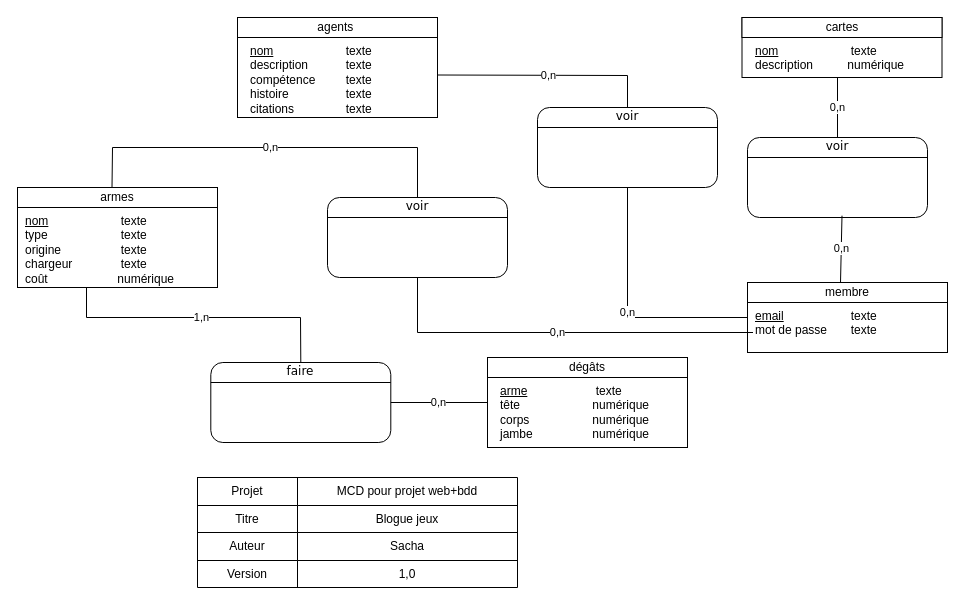
Before: docs/MCDProjetWEB.drawio in CPNV-PROJWEB-BDD/GamingBlog, a draw.io diagram. Source tidied: cells renumbered, new cells numbered last; positions are measured from the earlier drawing's top-left corner, leaving out a move shared by most shapes. Both pictures are drawn from the tidied source at 100%, with x=0, y=0 at pixel (17, 17).
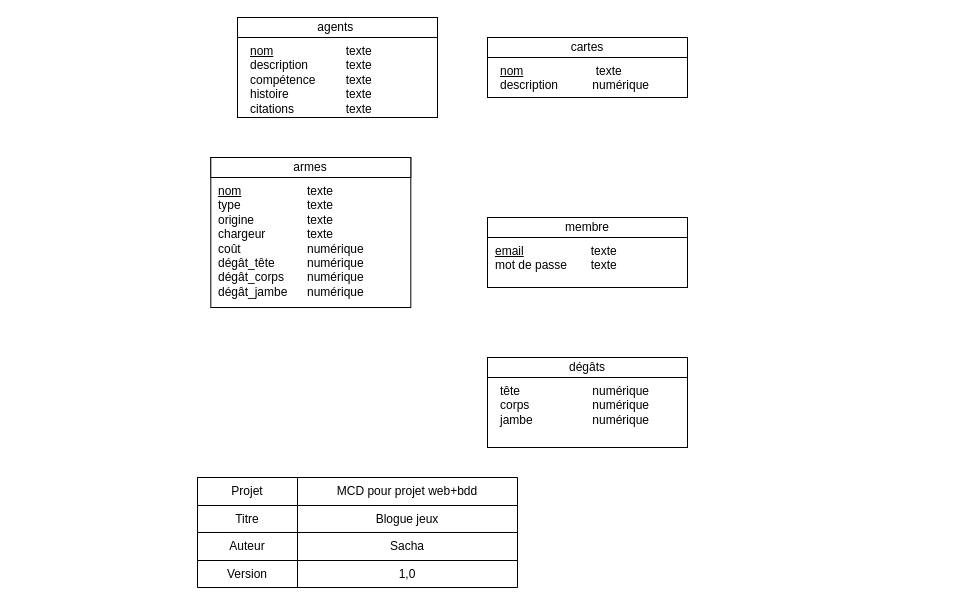
The same diagram, later.

Commit message (it also covers changes not shown here):
MCD, usecase

Unchanged cells that the change refers to:
```xml
<mxCell id="18" value="&lt;span style=&quot;white-space: pre&quot;&gt; &lt;span style=&quot;white-space: pre&quot;&gt; &lt;/span&gt;&lt;/span&gt;texte&lt;br&gt;&lt;span style=&quot;white-space: pre&quot;&gt; &lt;span style=&quot;white-space: pre;&quot;&gt; &lt;/span&gt;&lt;/span&gt;texte&lt;br&gt;&lt;span style=&quot;white-space: pre&quot;&gt; &lt;span style=&quot;white-space: pre;&quot;&gt; &lt;/span&gt;&lt;/span&gt;texte&amp;nbsp;&lt;span style=&quot;white-space: pre&quot;&gt; &lt;/span&gt;&lt;br&gt;&lt;span style=&quot;white-space: pre&quot;&gt; &lt;/span&gt;&lt;span style=&quot;white-space: pre&quot;&gt; &lt;/span&gt;texte&lt;br&gt;&lt;span style=&quot;white-space: pre;&quot;&gt; &lt;/span&gt;&lt;span style=&quot;white-space: pre;&quot;&gt; &lt;/span&gt;texte&amp;nbsp;" style="text;html=1;strokeColor=none;fillColor=none;align=left;verticalAlign=top;whiteSpace=wrap;rounded=0;" parent="1" vertex="1">
  <mxGeometry x="320" y="20" width="100" height="50" as="geometry" />
</mxCell>
<mxCell id="31" value="&lt;div style=&quot;box-sizing: border-box ; width: 100% ; padding: 2px&quot;&gt;&lt;br&gt;&lt;/div&gt;" style="verticalAlign=top;align=center;overflow=fill;html=1;rounded=0;shadow=0;comic=0;labelBackgroundColor=none;strokeColor=#000000;strokeWidth=1;fillColor=#ffffff;fontFamily=Verdana;fontSize=12;fontColor=#000000;" parent="1" vertex="1">
  <mxGeometry x="470" y="340" width="200" height="90" as="geometry" />
</mxCell>
```

What changed in the source:
```diff
@@
     <mxCell id="19" value="&lt;div style=&quot;box-sizing: border-box ; width: 100% ; padding: 2px&quot;&gt;&lt;br&gt;&lt;/div&gt;" style="verticalAlign=top;align=center;overflow=fill;html=1;rounded=0;shadow=0;comic=0;labelBackgroundColor=none;strokeColor=#000000;strokeWidth=1;fillColor=#ffffff;fontFamily=Verdana;fontSize=12;fontColor=#000000;" parent="1" vertex="1">
-      <mxGeometry x="724.5" width="200" height="60" as="geometry" />
+      <mxGeometry x="470" y="20" width="200" height="60" as="geometry" />
     </mxCell>
     <mxCell id="20" value="cartes" style="rounded=0;whiteSpace=wrap;html=1;" parent="1" vertex="1">
-      <mxGeometry x="724.5" width="200" height="20" as="geometry" />
+      <mxGeometry x="470" y="20" width="200" height="20" as="geometry" />
     </mxCell>
     <mxCell id="21" value="&lt;u&gt;nom&lt;/u&gt;&lt;br&gt;description" style="text;html=1;strokeColor=none;fillColor=none;align=left;verticalAlign=top;whiteSpace=wrap;rounded=0;" parent="1" vertex="1">
-      <mxGeometry x="735.5" y="20" width="90" height="60" as="geometry" />
+      <mxGeometry x="481" y="40" width="90" height="60" as="geometry" />
     </mxCell>
     <mxCell id="22" value="&lt;span style=&quot;white-space: pre&quot;&gt; &lt;span style=&quot;white-space: pre&quot;&gt; &lt;/span&gt;&lt;/span&gt;texte&lt;br&gt;&lt;span style=&quot;white-space: pre&quot;&gt; &lt;/span&gt;numérique&lt;br&gt;&lt;span style=&quot;white-space: pre&quot;&gt; &lt;/span&gt;&lt;span style=&quot;white-space: pre&quot;&gt; &lt;/span&gt;&lt;br&gt;&lt;span style=&quot;white-space: pre&quot;&gt; &lt;/span&gt;&lt;span style=&quot;white-space: pre&quot;&gt; &lt;/span&gt;" style="text;html=1;strokeColor=none;fillColor=none;align=left;verticalAlign=top;whiteSpace=wrap;rounded=0;" parent="1" vertex="1">
-      <mxGeometry x="824.5" y="20" width="100" height="50" as="geometry" />
+      <mxGeometry x="570" y="40" width="100" height="50" as="geometry" />
     </mxCell>
     <mxCell id="23" value="&lt;div style=&quot;box-sizing: border-box ; width: 100% ; padding: 2px&quot;&gt;&lt;br&gt;&lt;/div&gt;" style="verticalAlign=top;align=center;overflow=fill;html=1;rounded=0;shadow=0;comic=0;labelBackgroundColor=none;strokeColor=#000000;strokeWidth=1;fillColor=#ffffff;fontFamily=Verdana;fontSize=12;fontColor=#000000;" parent="1" vertex="1">
-      <mxGeometry y="170" width="200" height="100" as="geometry" />
+      <mxGeometry x="193.3" y="140" width="200" height="150" as="geometry" />
     </mxCell>
     <mxCell id="24" value="armes" style="rounded=0;whiteSpace=wrap;html=1;" parent="1" vertex="1">
-      <mxGeometry y="170" width="200" height="20" as="geometry" />
+      <mxGeometry x="193.3" y="140" width="200" height="20" as="geometry" />
     </mxCell>
-    <mxCell id="25" value="&lt;u&gt;nom&lt;/u&gt;&lt;br&gt;type&lt;br&gt;origine&amp;nbsp;&lt;br&gt;chargeur&lt;br&gt;coût" style="text;html=1;strokeColor=none;fillColor=none;align=left;verticalAlign=top;whiteSpace=wrap;rounded=0;" parent="1" vertex="1">
-      <mxGeometry x="5.5" y="190" width="90" height="60" as="geometry" />
+    <mxCell id="25" value="&lt;u&gt;nom&lt;/u&gt;&lt;br&gt;type&lt;br&gt;origine&amp;nbsp;&lt;br&gt;chargeur&lt;br&gt;coût&lt;br&gt;dégât_tête&lt;br style=&quot;border-color: var(--border-color);&quot;&gt;dégât_corps&lt;br style=&quot;border-color: var(--border-color);&quot;&gt;dégât_jambe" style="text;html=1;strokeColor=none;fillColor=none;align=left;verticalAlign=top;whiteSpace=wrap;rounded=0;" parent="1" vertex="1">
+      <mxGeometry x="198.8" y="160" width="90" height="60" as="geometry" />
     </mxCell>
-    <mxCell id="26" value="&lt;span style=&quot;white-space: pre&quot;&gt; &lt;span style=&quot;white-space: pre&quot;&gt; &lt;/span&gt;&lt;/span&gt;texte&lt;br&gt;&lt;span style=&quot;white-space: pre&quot;&gt; &lt;span style=&quot;white-space: pre;&quot;&gt; &lt;/span&gt;&lt;/span&gt;texte&lt;br&gt;&lt;span style=&quot;white-space: pre&quot;&gt; &lt;span style=&quot;white-space: pre;&quot;&gt; &lt;/span&gt;&lt;/span&gt;texte&lt;br&gt;&lt;span style=&quot;white-space: pre&quot;&gt; &lt;/span&gt;&lt;span style=&quot;white-space: pre&quot;&gt; &lt;/span&gt;texte&lt;br&gt;&lt;span style=&quot;white-space: pre;&quot;&gt; &lt;/span&gt;numérique" style="text;html=1;strokeColor=none;fillColor=none;align=left;verticalAlign=top;whiteSpace=wrap;rounded=0;" parent="1" vertex="1">
-      <mxGeometry x="94.5" y="190" width="100" height="50" as="geometry" />
+    <mxCell id="26" value="&lt;span style=&quot;&quot;&gt; &lt;span style=&quot;&quot;&gt; &lt;/span&gt;&lt;/span&gt;texte&lt;br&gt;&lt;span style=&quot;&quot;&gt; &lt;span style=&quot;&quot;&gt; &lt;/span&gt;&lt;/span&gt;texte&lt;br&gt;&lt;span style=&quot;&quot;&gt; &lt;span style=&quot;&quot;&gt; &lt;/span&gt;&lt;/span&gt;texte&lt;br&gt;&lt;span style=&quot;&quot;&gt; &lt;/span&gt;&lt;span style=&quot;&quot;&gt; &lt;/span&gt;texte&lt;br&gt;&lt;span style=&quot;&quot;&gt; &lt;/span&gt;numérique&lt;br&gt; numérique&lt;br style=&quot;border-color: var(--border-color);&quot;&gt;&lt;span style=&quot;border-color: var(--border-color);&quot;&gt; &lt;/span&gt;numérique&amp;nbsp;&lt;br style=&quot;border-color: var(--border-color);&quot;&gt;&lt;span style=&quot;border-color: var(--border-color);&quot;&gt; &lt;/span&gt;numérique&amp;nbsp;" style="text;html=1;strokeColor=none;fillColor=none;align=left;verticalAlign=top;whiteSpace=wrap;rounded=0;" parent="1" vertex="1">
+      <mxGeometry x="287.9" y="160" width="100" height="50" as="geometry" />
     </mxCell>
     <mxCell id="27" value="&lt;div style=&quot;box-sizing: border-box ; width: 100% ; padding: 2px&quot;&gt;&lt;br&gt;&lt;/div&gt;" style="verticalAlign=top;align=center;overflow=fill;html=1;rounded=0;shadow=0;comic=0;labelBackgroundColor=none;strokeColor=#000000;strokeWidth=1;fillColor=#ffffff;fontFamily=Verdana;fontSize=12;fontColor=#000000;" parent="1" vertex="1">
-      <mxGeometry x="730" y="265" width="200" height="70" as="geometry" />
+      <mxGeometry x="470" y="200" width="200" height="70" as="geometry" />
     </mxCell>
     <mxCell id="28" value="&lt;u&gt;email&lt;/u&gt;&lt;br&gt;mot de passe" style="text;html=1;strokeColor=none;fillColor=none;align=left;verticalAlign=top;whiteSpace=wrap;rounded=0;" parent="1" vertex="1">
-      <mxGeometry x="735.5" y="285" width="90" height="60" as="geometry" />
+      <mxGeometry x="475.5" y="220" width="90" height="60" as="geometry" />
     </mxCell>
     <mxCell id="29" value="&lt;span style=&quot;white-space: pre&quot;&gt; &lt;span style=&quot;white-space: pre&quot;&gt; &lt;/span&gt;&lt;/span&gt;texte&lt;br&gt;&lt;span style=&quot;white-space: pre&quot;&gt; &lt;span style=&quot;white-space: pre;&quot;&gt; &lt;/span&gt;t&lt;/span&gt;exte&lt;br&gt;&lt;span style=&quot;white-space: pre&quot;&gt; &lt;/span&gt;&lt;span style=&quot;white-space: pre&quot;&gt; &lt;/span&gt;&lt;br&gt;&lt;span style=&quot;white-space: pre&quot;&gt; &lt;/span&gt;&lt;span style=&quot;white-space: pre&quot;&gt; &lt;/span&gt;" style="text;html=1;strokeColor=none;fillColor=none;align=left;verticalAlign=top;whiteSpace=wrap;rounded=0;" parent="1" vertex="1">
-      <mxGeometry x="824.5" y="285" width="100" height="50" as="geometry" />
+      <mxGeometry x="564.5" y="220" width="100" height="50" as="geometry" />
     </mxCell>
     <mxCell id="30" value="membre" style="rounded=0;whiteSpace=wrap;html=1;" parent="1" vertex="1">
-      <mxGeometry x="730" y="265" width="200" height="20" as="geometry" />
+      <mxGeometry x="470" y="200" width="200" height="20" as="geometry" />
     </mxCell>
@@
-    <mxCell id="33" value="&lt;u&gt;arme&lt;br&gt;&lt;/u&gt;tête&lt;br&gt;corps&lt;br&gt;jambe&lt;br&gt;" style="text;html=1;strokeColor=none;fillColor=none;align=left;verticalAlign=top;whiteSpace=wrap;rounded=0;" parent="1" vertex="1">
+    <mxCell id="33" value="tête&lt;br&gt;corps&lt;br&gt;jambe" style="text;html=1;strokeColor=none;fillColor=none;align=left;verticalAlign=top;whiteSpace=wrap;rounded=0;" parent="1" vertex="1">
       <mxGeometry x="481" y="360" width="90" height="60" as="geometry" />
     </mxCell>
-    <mxCell id="34" value="&lt;span style=&quot;white-space: pre&quot;&gt; &lt;span style=&quot;white-space: pre&quot;&gt; &lt;/span&gt;&lt;/span&gt;texte&lt;br&gt;&lt;span style=&quot;white-space: pre&quot;&gt; &lt;/span&gt;numérique&lt;br&gt;&lt;span style=&quot;white-space: pre&quot;&gt; &lt;/span&gt;numérique&amp;nbsp;&lt;br&gt;&lt;span style=&quot;white-space: pre&quot;&gt; &lt;/span&gt;numérique&amp;nbsp;" style="text;html=1;strokeColor=none;fillColor=none;align=left;verticalAlign=top;whiteSpace=wrap;rounded=0;" parent="1" vertex="1">
+    <mxCell id="34" value="&lt;span style=&quot;white-space: pre&quot;&gt; &lt;/span&gt;numérique&lt;br&gt;&lt;span style=&quot;white-space: pre&quot;&gt; &lt;/span&gt;numérique&amp;nbsp;&lt;br&gt;&lt;span style=&quot;white-space: pre&quot;&gt; &lt;/span&gt;numérique&amp;nbsp;" style="text;html=1;strokeColor=none;fillColor=none;align=left;verticalAlign=top;whiteSpace=wrap;rounded=0;" parent="1" vertex="1">
       <mxGeometry x="570" y="360" width="100" height="50" as="geometry" />
     </mxCell>
-    <mxCell id="35" value="&lt;div style=&quot;box-sizing: border-box ; width: 100% ; padding: 2px&quot;&gt;faire&lt;/div&gt;" style="verticalAlign=top;align=center;overflow=fill;html=1;rounded=1;shadow=0;comic=0;labelBackgroundColor=none;strokeColor=#000000;strokeWidth=1;fillColor=#ffffff;fontFamily=Verdana;fontSize=12;fontColor=#000000;" parent="1" vertex="1">
-      <mxGeometry x="193.3" y="345" width="180" height="80" as="geometry" />
-    </mxCell>
-    <mxCell id="36" style="endArrow=none;html=1;entryX=1;entryY=0.25;entryDx=0;entryDy=0;exitX=0;exitY=0.25;exitDx=0;exitDy=0;" parent="1" edge="1" source="35" target="35">
-      <mxGeometry relative="1" as="geometry" />
-    </mxCell>
-    <mxCell id="37" value="1,n" style="endArrow=none;html=1;rounded=0;exitX=0.5;exitY=0;exitDx=0;exitDy=0;entryX=0.345;entryY=1.002;entryDx=0;entryDy=0;entryPerimeter=0;" parent="1" edge="1" source="35" target="23">
-      <mxGeometry relative="1" as="geometry">
-        <Array as="points">
-          <mxPoint x="283" y="300" />
-          <mxPoint x="69" y="300" />
-        </Array>
-      </mxGeometry>
-    </mxCell>
-    <mxCell id="38" value="0,n" style="endArrow=none;html=1;rounded=0;entryX=0;entryY=0.5;entryDx=0;entryDy=0;exitX=1;exitY=0.5;exitDx=0;exitDy=0;" parent="1" edge="1" source="35" target="31">
-      <mxGeometry relative="1" as="geometry" />
-    </mxCell>
-    <mxCell id="39" value="&lt;div style=&quot;box-sizing: border-box ; width: 100% ; padding: 2px&quot;&gt;voir&lt;/div&gt;" style="verticalAlign=top;align=center;overflow=fill;html=1;rounded=1;shadow=0;comic=0;labelBackgroundColor=none;strokeColor=#000000;strokeWidth=1;fillColor=#ffffff;fontFamily=Verdana;fontSize=12;fontColor=#000000;" parent="1" vertex="1">
-      <mxGeometry x="730" y="120" width="180" height="80" as="geometry" />
-    </mxCell>
-    <mxCell id="40" style="endArrow=none;html=1;entryX=1;entryY=0.25;entryDx=0;entryDy=0;exitX=0;exitY=0.25;exitDx=0;exitDy=0;" parent="1" edge="1" source="39" target="39">
-      <mxGeometry relative="1" as="geometry" />
-    </mxCell>
-    <mxCell id="41" value="0,n" style="endArrow=none;html=1;rounded=0;exitX=0.465;exitY=0.016;exitDx=0;exitDy=0;exitPerimeter=0;" parent="1" edge="1" source="30">
-      <mxGeometry relative="1" as="geometry">
-        <mxPoint x="824.5" y="198.2" as="targetPoint" />
-      </mxGeometry>
-    </mxCell>
-    <mxCell id="42" value="0,n" style="endArrow=none;html=1;rounded=0;" parent="1" edge="1" source="39">
-      <mxGeometry relative="1" as="geometry">
-        <mxPoint x="820" y="60" as="targetPoint" />
-      </mxGeometry>
-    </mxCell>
-    <mxCell id="43" value="&lt;div style=&quot;box-sizing: border-box ; width: 100% ; padding: 2px&quot;&gt;voir&lt;/div&gt;" style="verticalAlign=top;align=center;overflow=fill;html=1;rounded=1;shadow=0;comic=0;labelBackgroundColor=none;strokeColor=#000000;strokeWidth=1;fillColor=#ffffff;fontFamily=Verdana;fontSize=12;fontColor=#000000;" parent="1" vertex="1">
-      <mxGeometry x="520" y="90" width="180" height="80" as="geometry" />
-    </mxCell>
-    <mxCell id="44" style="endArrow=none;html=1;entryX=1;entryY=0.25;entryDx=0;entryDy=0;exitX=0;exitY=0.25;exitDx=0;exitDy=0;" parent="1" edge="1" source="43" target="43">
-      <mxGeometry relative="1" as="geometry" />
-    </mxCell>
-    <mxCell id="45" value="0,n" style="endArrow=none;html=1;rounded=0;exitX=0.5;exitY=1;exitDx=0;exitDy=0;" parent="1" edge="1" source="43">
-      <mxGeometry relative="1" as="geometry">
-        <mxPoint x="730" y="300" as="targetPoint" />
-        <Array as="points">
-          <mxPoint x="610" y="300" />
-        </Array>
-      </mxGeometry>
-    </mxCell>
-    <mxCell id="46" value="0,n" style="endArrow=none;html=1;rounded=0;entryX=1;entryY=0.75;entryDx=0;entryDy=0;exitX=0.5;exitY=0;exitDx=0;exitDy=0;" parent="1" edge="1" source="43" target="18">
-      <mxGeometry relative="1" as="geometry">
-        <Array as="points">
-          <mxPoint x="610" y="58" />
-        </Array>
-      </mxGeometry>
-    </mxCell>
-    <mxCell id="47" value="&lt;div style=&quot;box-sizing: border-box ; width: 100% ; padding: 2px&quot;&gt;voir&lt;/div&gt;" style="verticalAlign=top;align=center;overflow=fill;html=1;rounded=1;shadow=0;comic=0;labelBackgroundColor=none;strokeColor=#000000;strokeWidth=1;fillColor=#ffffff;fontFamily=Verdana;fontSize=12;fontColor=#000000;" parent="1" vertex="1">
-      <mxGeometry x="310" y="180" width="180" height="80" as="geometry" />
-    </mxCell>
-    <mxCell id="48" style="endArrow=none;html=1;entryX=1;entryY=0.25;entryDx=0;entryDy=0;exitX=0;exitY=0.25;exitDx=0;exitDy=0;" parent="1" edge="1" source="47" target="47">
-      <mxGeometry relative="1" as="geometry" />
-    </mxCell>
-    <mxCell id="49" value="0,n" style="endArrow=none;html=1;rounded=0;entryX=0.5;entryY=0;entryDx=0;entryDy=0;" parent="1" edge="1" target="47">
-      <mxGeometry relative="1" as="geometry">
-        <mxPoint x="94.5" y="170" as="sourcePoint" />
-        <Array as="points">
-          <mxPoint x="95" y="130" />
-          <mxPoint x="400" y="130" />
-        </Array>
-      </mxGeometry>
-    </mxCell>
-    <mxCell id="50" value="0,n" style="endArrow=none;html=1;rounded=0;exitX=0.5;exitY=1;exitDx=0;exitDy=0;" parent="1" edge="1" source="47" target="28">
-      <mxGeometry relative="1" as="geometry">
-        <Array as="points">
-          <mxPoint x="400" y="315" />
-        </Array>
-      </mxGeometry>
-    </mxCell>
```
